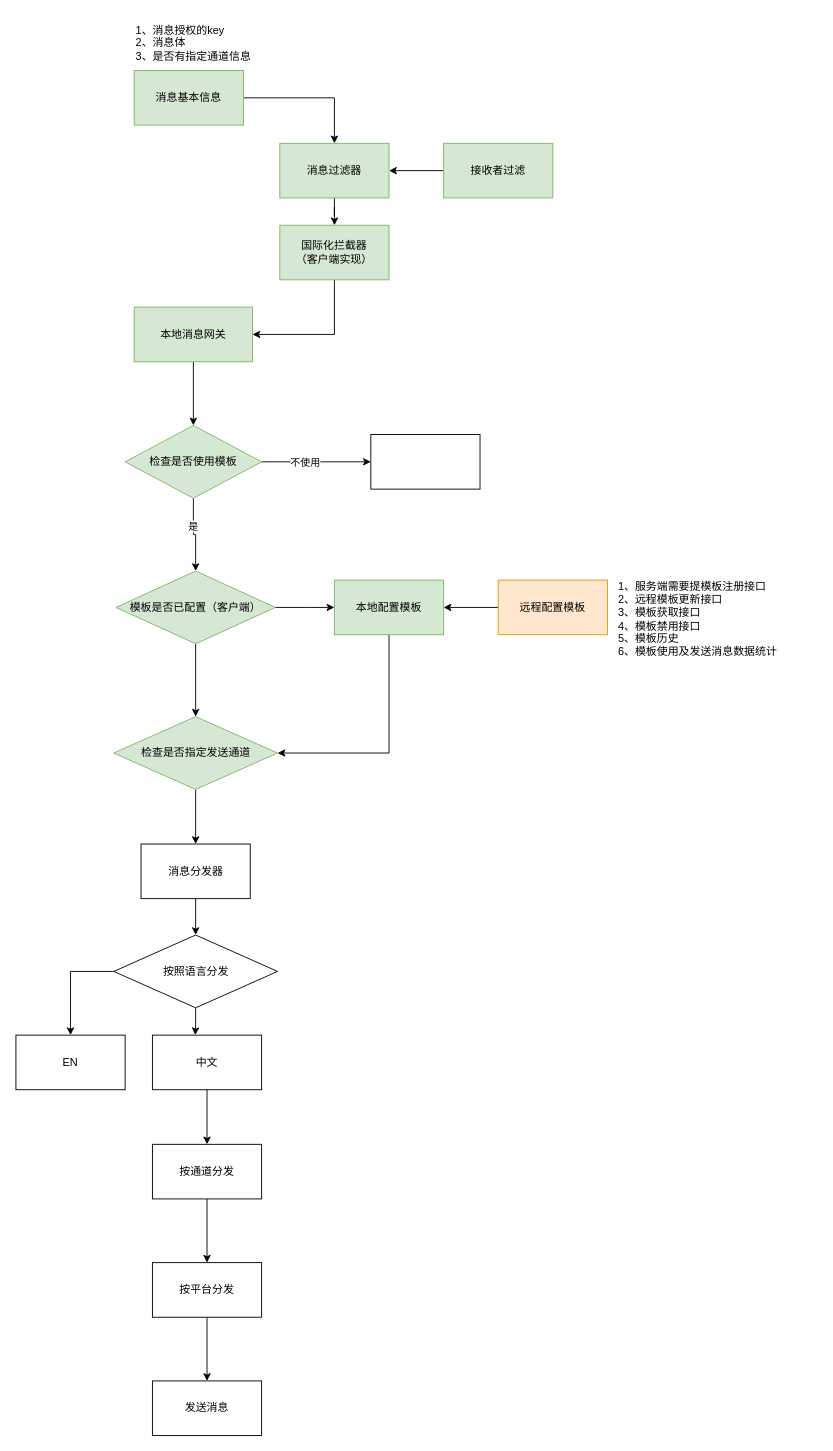
This is 消息平台.drawio from dovezat/drawio, a draw.io file, before an edit. Source tidied: cells renumbered, new cells numbered last; positions are measured from the earlier drawing's top-left corner, leaving out a move shared by most shapes. Both pictures are drawn from the tidied source at 91%, with x=0, y=0 at pixel (15, 15).
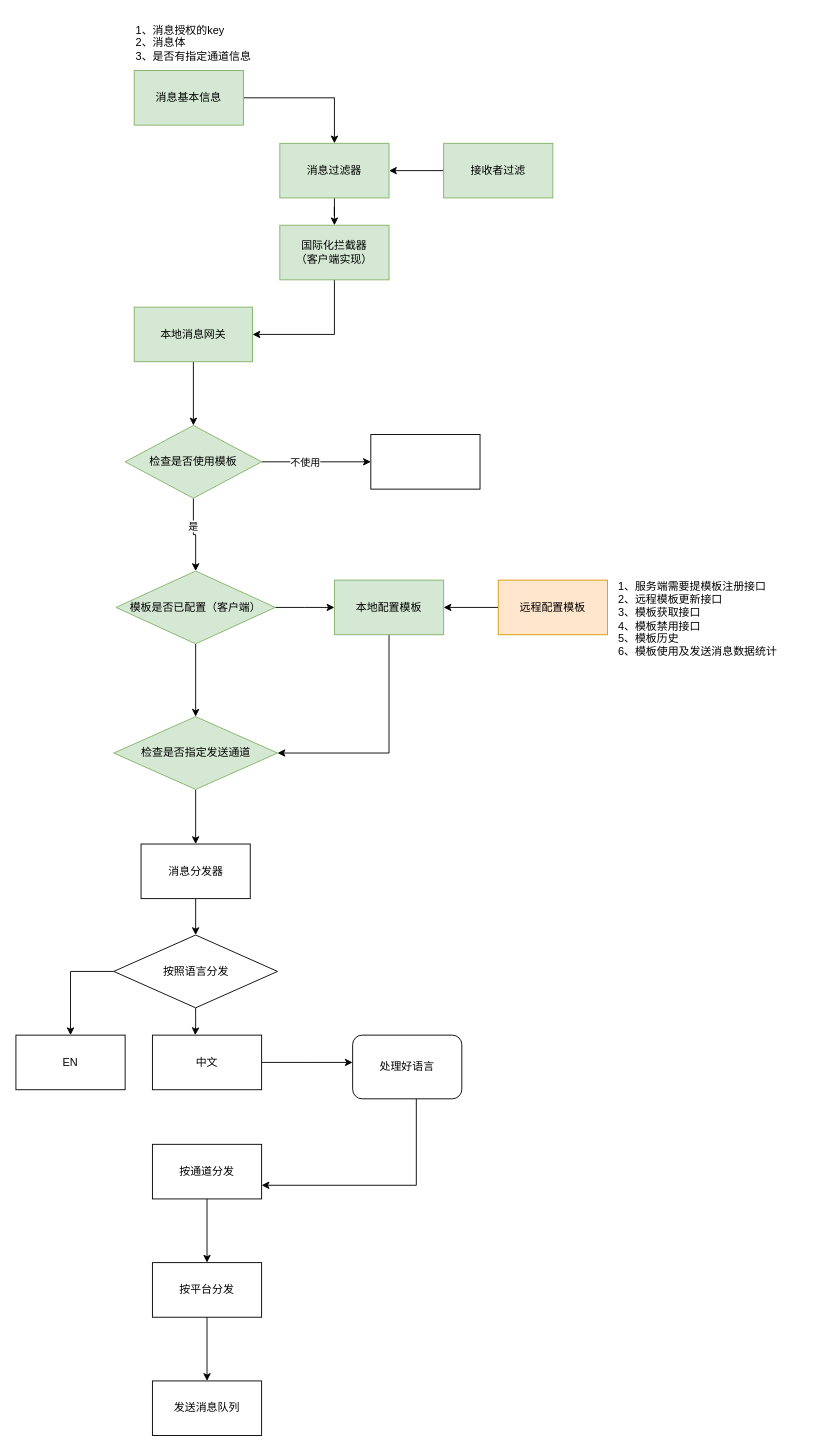
The same diagram, later.

The change refers to these unchanged cells:
```xml
<mxCell id="35" value="中文" style="rounded=0;whiteSpace=wrap;html=1;" parent="1" vertex="1">
  <mxGeometry x="150" y="1120" width="120" height="60" as="geometry" />
</mxCell>
<mxCell id="38" value="按通道分发" style="rounded=0;whiteSpace=wrap;html=1;" parent="1" vertex="1">
  <mxGeometry x="150" y="1240" width="120" height="60" as="geometry" />
</mxCell>
```

The edit, as a diff of the source:
```diff
@@
-    <mxCell id="34" style="edgeStyle=orthogonalEdgeStyle;rounded=0;jettySize=auto;html=1;entryX=0.5;entryY=0;entryDx=0;entryDy=0;" parent="1" edge="1" source="35" target="38">
-      <mxGeometry relative="1" as="geometry" />
-    </mxCell>
+    <mxCell id="42" style="edgeStyle=orthogonalEdgeStyle;rounded=0;jettySize=auto;html=1;" parent="1" edge="1" source="35">
+      <mxGeometry relative="1" as="geometry">
+        <mxPoint x="370" y="1150" as="targetPoint" />
+      </mxGeometry>
+    </mxCell>
@@
-    <mxCell id="41" value="发送消息" style="rounded=0;whiteSpace=wrap;html=1;" parent="1" vertex="1">
+    <mxCell id="41" value="发送消息队列" style="rounded=0;whiteSpace=wrap;html=1;" parent="1" vertex="1">
       <mxGeometry x="150" y="1500" width="120" height="60" as="geometry" />
     </mxCell>
+    <mxCell id="43" style="edgeStyle=orthogonalEdgeStyle;rounded=0;jettySize=auto;html=1;entryX=1;entryY=0.75;entryDx=0;entryDy=0;" parent="1" edge="1" source="44" target="38">
+      <mxGeometry relative="1" as="geometry">
+        <Array as="points">
+          <mxPoint x="440" y="1285" />
+        </Array>
+      </mxGeometry>
+    </mxCell>
+    <mxCell id="44" value="处理好语言" style="rounded=1;whiteSpace=wrap;html=1;" parent="1" vertex="1">
+      <mxGeometry x="370" y="1120" width="120" height="70" as="geometry" />
+    </mxCell>
```
